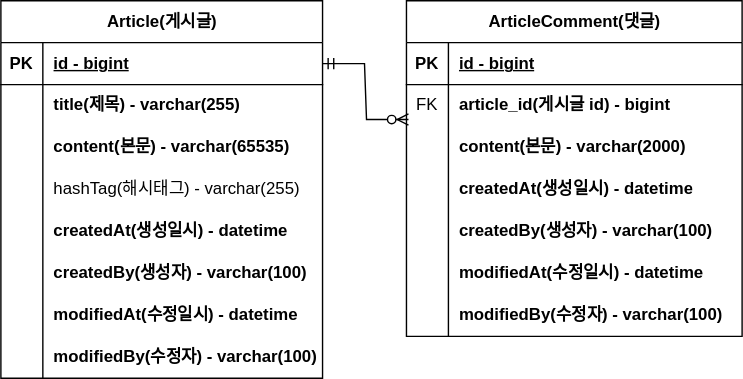
Earlier version of the draw.io export document/project-board-erd.svg (bion0625/fastcampus-project-board). Source tidied: cells renumbered, new cells last; positions are measured from the earlier drawing's top-left corner, leaving out a move shared by most shapes.
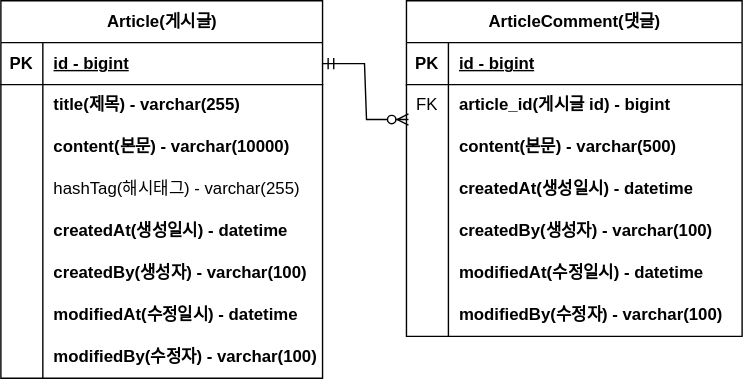
Above is the later version.

Commit message:
#9 - erd 업데이트: content 사이즈 변경

What changed in the source:
```diff
@@ -29,7 +29,7 @@
     <mxCell id="10" style="shape=partialRectangle;fillColor=none;top=0;left=0;bottom=0;right=0;overflow=hidden;whiteSpace=wrap;html=1;" parent="9" vertex="1">
       <mxGeometry width="30" height="30" as="geometry" />
     </mxCell>
-    <mxCell id="11" value="content(본문) - varchar(65535)" style="shape=partialRectangle;fillColor=none;top=0;left=0;bottom=0;right=0;align=left;spacingLeft=6;overflow=hidden;whiteSpace=wrap;html=1;fontStyle=1;" parent="9" vertex="1">
+    <mxCell id="11" value="content(본문) - varchar(10000)" style="shape=partialRectangle;fillColor=none;top=0;left=0;bottom=0;right=0;align=left;spacingLeft=6;overflow=hidden;whiteSpace=wrap;html=1;fontStyle=1;" parent="9" vertex="1">
       <mxGeometry x="30" width="200" height="30" as="geometry" />
     </mxCell>
     <mxCell id="12" style="shape=tableRow;horizontal=0;startSize=0;swimlaneHead=0;swimlaneBody=0;fillColor=none;top=0;left=0;right=0;bottom=0;" parent="2" vertex="1">
@@ -104,7 +104,7 @@
     <mxCell id="35" style="shape=partialRectangle;fillColor=none;top=0;left=0;bottom=0;right=0;overflow=hidden;whiteSpace=wrap;html=1;" parent="34" vertex="1">
       <mxGeometry width="30" height="30" as="geometry" />
     </mxCell>
-    <mxCell id="36" value="content(본문)&amp;nbsp;- varchar(2000)" style="shape=partialRectangle;fillColor=none;top=0;left=0;bottom=0;right=0;align=left;spacingLeft=6;overflow=hidden;whiteSpace=wrap;html=1;fontStyle=1;" parent="34" vertex="1">
+    <mxCell id="36" value="content(본문)&amp;nbsp;- varchar(500)" style="shape=partialRectangle;fillColor=none;top=0;left=0;bottom=0;right=0;align=left;spacingLeft=6;overflow=hidden;whiteSpace=wrap;html=1;fontStyle=1;" parent="34" vertex="1">
       <mxGeometry x="30" width="210" height="30" as="geometry" />
     </mxCell>
     <mxCell id="37" style="shape=tableRow;horizontal=0;startSize=0;swimlaneHead=0;swimlaneBody=0;fillColor=none;top=0;left=0;right=0;bottom=0;" parent="27" vertex="1">
```
